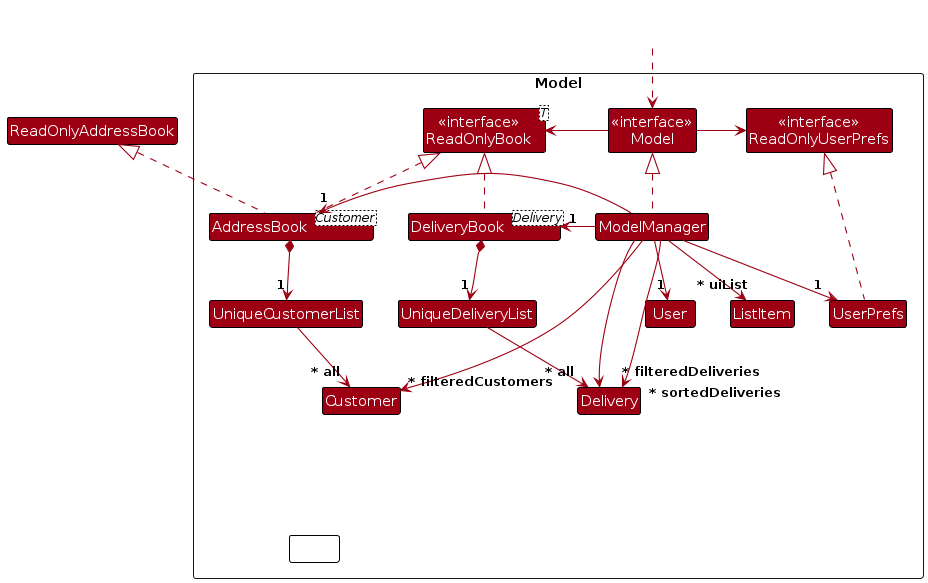
Earlier version of the PlantUML export diagrams/ModelClassDiagram.png (zhonghan721/tp). Its source is kept beside it as diagrams/ModelClassDiagram.puml.
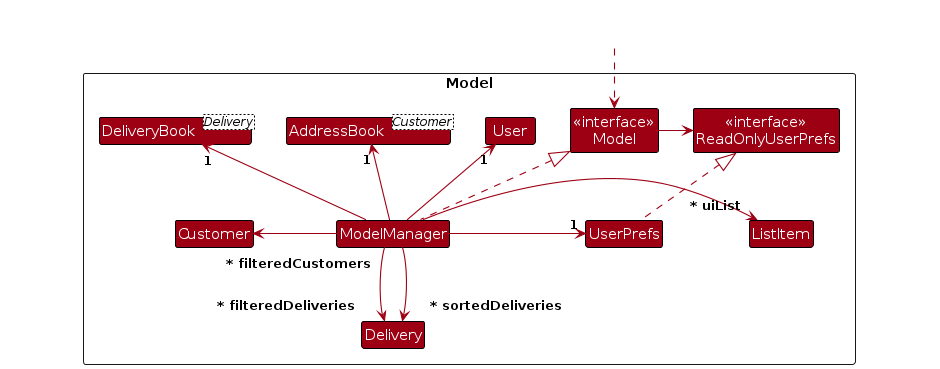
Above is the later version.

Change to the diagram source:
```diff
@@ -5,7 +5,7 @@
 skinparam classBackgroundColor MODEL_COLOR
 
 Package Model as ModelPackage <<Rectangle>>{
-Class "<<interface>>\nReadOnlyBook<T>" as ReadOnlyBook
+
 Class "<<interface>>\nReadOnlyUserPrefs" as ReadOnlyUserPrefs
 Class "<<interface>>\nModel" as Model
 Class AddressBook<Customer>
@@ -13,43 +13,56 @@
 Class ModelManager
 Class UserPrefs
 
-Class UniqueCustomerList
 Class Customer
 
 
-Class UniqueDeliveryList
+
 Class Delivery
 
 Class User
 
 Class ListItem
 
-Class I #FFFFFF
 }
+
+Class I<<Hidden>> #FFFFFF
+Class H<<Hidden>> #FFFFFF
+Class J<<Hidden>> #FFFFFF
+Class K<<Hidden>> #FFFFFF
+
 
 Class HiddenOutside<<HIDDEN>> #FFFFFF
 HiddenOutside ..> Model
 
-AddressBook .up.|> ReadOnlyAddressBook
+
 
 Model -right-> ReadOnlyUserPrefs
-Model -left-> ReadOnlyBook
+
 ModelManager .up.|> Model
-ModelManager -left-> "1" DeliveryBook
-ModelManager -right-> "1" AddressBook
+ModelManager -up-> "1" DeliveryBook
+ModelManager -up-> "1" AddressBook
 UserPrefs .up.|> ReadOnlyUserPrefs
-AddressBook .up.|> ReadOnlyBook
-DeliveryBook .up.|> ReadOnlyBook
-ModelManager --> "~* uiList" ListItem
-ModelManager --> "1" UserPrefs
-ModelManager --> "1" User
-AddressBook *--> "1" UniqueCustomerList
-UniqueCustomerList --> "~* all" Customer
-DeliveryBook *--> "1" UniqueDeliveryList
-UniqueDeliveryList -down-> "~* all" Delivery
-Customer -[hidden]down--> I
-UniqueCustomerList -[hidden]right-> I
-ModelManager --> "~* filteredCustomers" Customer
-ModelManager --> "~* filteredDeliveries" Delivery
-ModelManager --> "~* sortedDeliveries" Delivery
+
+ModelManager -right-> "~* uiList" ListItem
+ListItem -[hidden]down-> J
+ModelManager -right-> "1" UserPrefs
+
+ModelManager -up-> "1" User
+User -[hidden]right-> K
+ModelManager -left-> "~* filteredCustomers" Customer
+Customer-[hidden]left--> H
+
+ModelManager -down-> "~* filteredDeliveries" Delivery
+Delivery -[hidden]left--> I
+
+ModelManager -down-> "~* sortedDeliveries" Delivery
+
+
+
+
+
+
+
+
+
 @enduml
```
